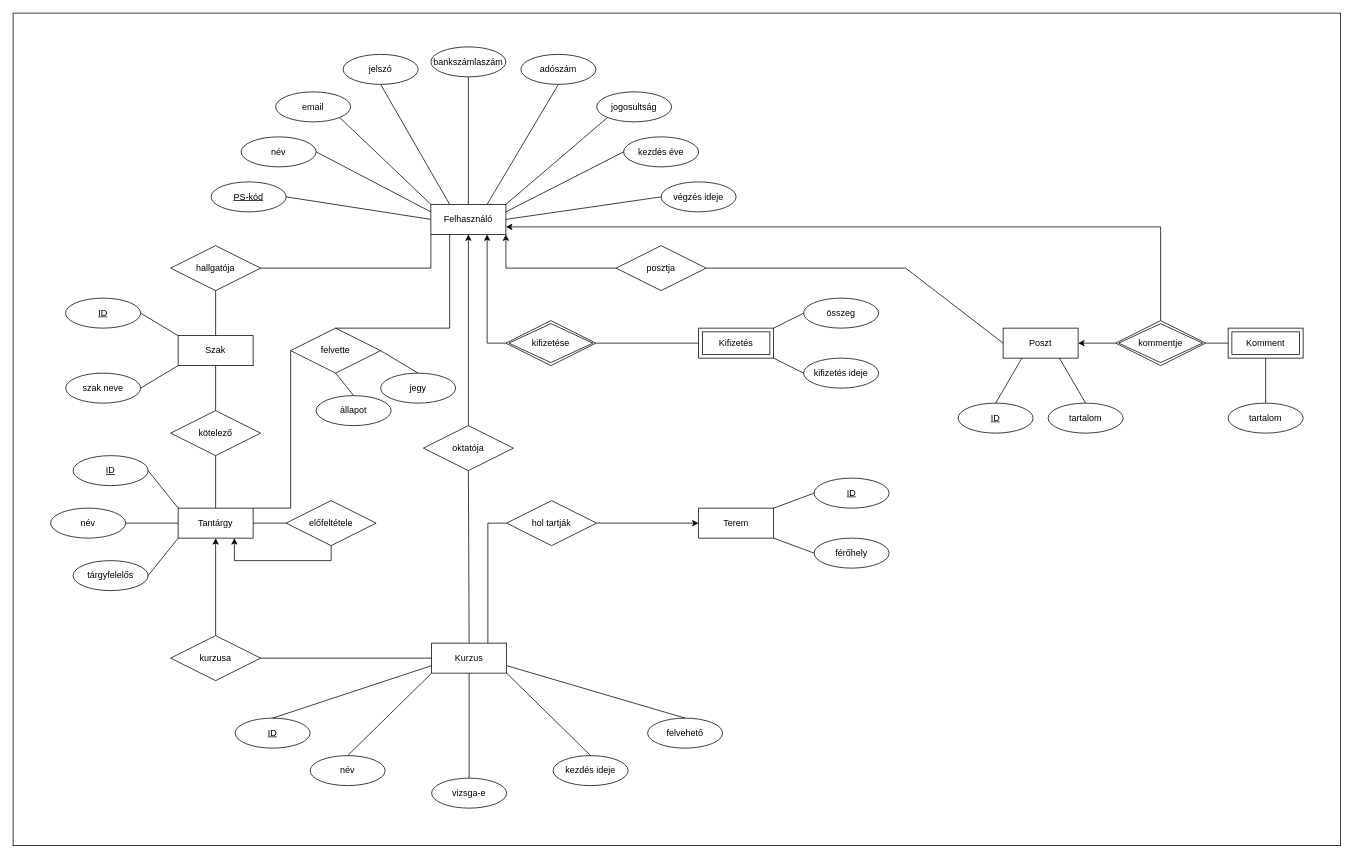
Before: docs/Poseidon_E-K.drawio in galj03/poseidon-etr, a draw.io diagram. Source tidied: cells renumbered, new cells numbered last; positions are measured from the earlier drawing's top-left corner, leaving out a move shared by most shapes. Both pictures are drawn from the tidied source at 75%, with x=0, y=0 at pixel (13, 13).
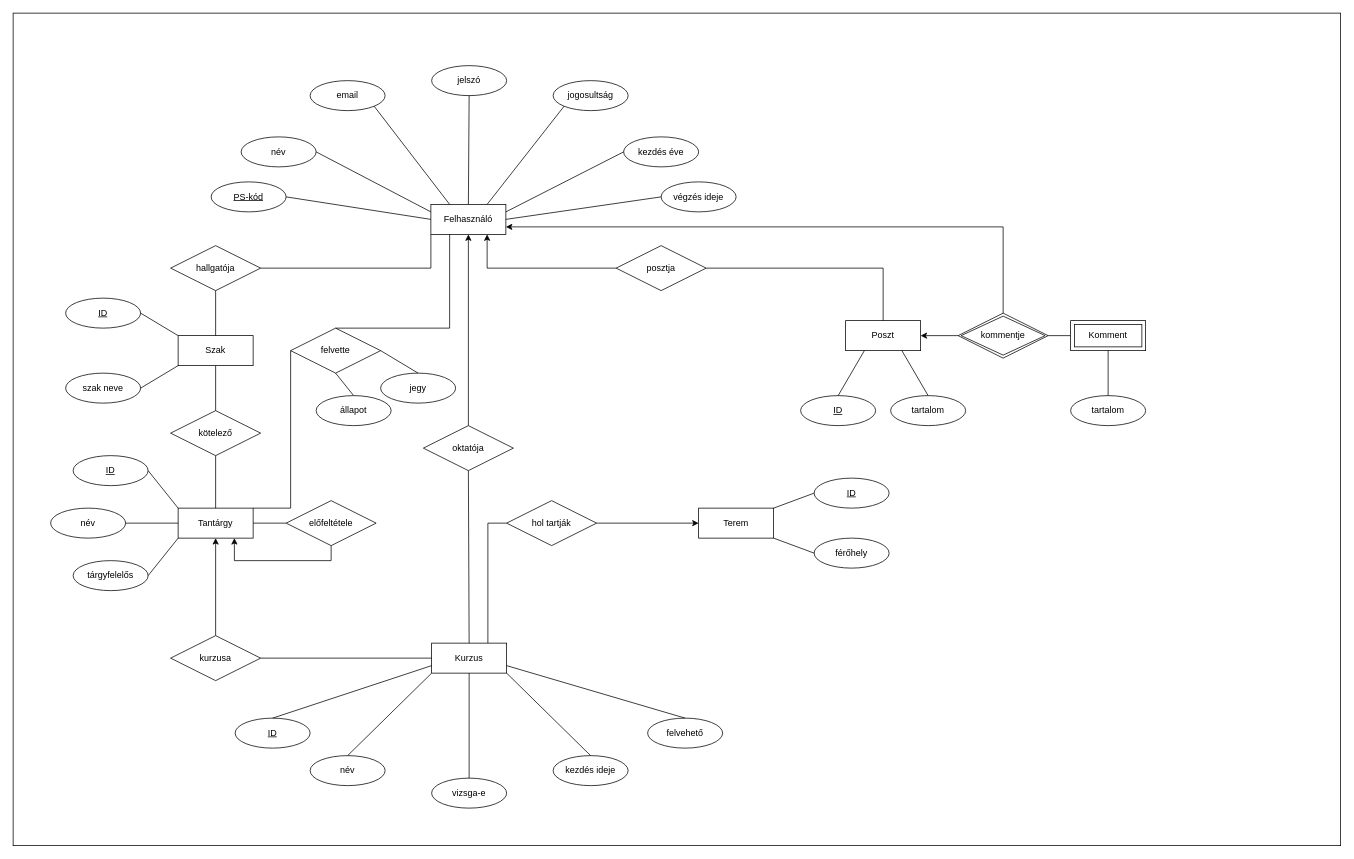
Above is the later version.

The change refers to these unchanged cells:
```xml
<mxCell id="3" value="Felhasználó" style="whiteSpace=wrap;html=1;align=center;" parent="1" vertex="1">
  <mxGeometry x="557" y="255" width="100" height="40" as="geometry" />
</mxCell>
<mxCell id="84" value="posztja" style="shape=rhombus;perimeter=rhombusPerimeter;whiteSpace=wrap;html=1;align=center;" parent="1" vertex="1">
  <mxGeometry x="804" y="310" width="120" height="60" as="geometry" />
</mxCell>
```

Change to the diagram source:
```diff
@@
     <mxCell id="9" value="jogosultság" style="ellipse;whiteSpace=wrap;html=1;align=center;" parent="1" vertex="1">
-      <mxGeometry x="778" y="105" width="100" height="40" as="geometry" />
+      <mxGeometry x="720" y="90" width="100" height="40" as="geometry" />
     </mxCell>
-    <mxCell id="10" value="bankszámlaszám" style="ellipse;whiteSpace=wrap;html=1;align=center;" parent="1" vertex="1">
-      <mxGeometry x="557" y="45" width="100" height="40" as="geometry" />
-    </mxCell>
     <mxCell id="11" value="email" style="ellipse;whiteSpace=wrap;html=1;align=center;" parent="1" vertex="1">
-      <mxGeometry x="350" y="105" width="100" height="40" as="geometry" />
+      <mxGeometry x="396" y="90" width="100" height="40" as="geometry" />
     </mxCell>
@@
-    <mxCell id="16" style="endArrow=none;html=1;rounded=0;exitX=1;exitY=1;exitDx=0;exitDy=0;entryX=0;entryY=0;entryDx=0;entryDy=0;" parent="1" edge="1" source="11" target="3">
+    <mxCell id="16" style="endArrow=none;html=1;rounded=0;exitX=1;exitY=1;exitDx=0;exitDy=0;entryX=0.25;entryY=0;entryDx=0;entryDy=0;" parent="1" edge="1" source="11" target="3">
       <mxGeometry relative="1" as="geometry" />
     </mxCell>
-    <mxCell id="17" style="endArrow=none;html=1;rounded=0;exitX=0.5;exitY=1;exitDx=0;exitDy=0;entryX=0.5;entryY=0;entryDx=0;entryDy=0;" parent="1" edge="1" source="10" target="3">
-      <mxGeometry relative="1" as="geometry" />
-    </mxCell>
-    <mxCell id="18" style="endArrow=none;html=1;rounded=0;exitX=0;exitY=1;exitDx=0;exitDy=0;entryX=1;entryY=0;entryDx=0;entryDy=0;" parent="1" edge="1" source="9" target="3">
+    <mxCell id="18" style="endArrow=none;html=1;rounded=0;exitX=0;exitY=1;exitDx=0;exitDy=0;entryX=0.75;entryY=0;entryDx=0;entryDy=0;" parent="1" edge="1" source="9" target="3">
       <mxGeometry relative="1" as="geometry" />
     </mxCell>
@@
-    <mxCell id="44" value="kifizetés ideje" style="ellipse;whiteSpace=wrap;html=1;align=center;" parent="1" vertex="1">
-      <mxGeometry x="1054" y="460" width="100" height="40" as="geometry" />
-    </mxCell>
-    <mxCell id="45" value="összeg" style="ellipse;whiteSpace=wrap;html=1;align=center;" parent="1" vertex="1">
-      <mxGeometry x="1054" y="380" width="100" height="40" as="geometry" />
-    </mxCell>
-    <mxCell id="46" style="endArrow=none;html=1;rounded=0;entryX=0;entryY=0.5;entryDx=0;entryDy=0;exitX=1;exitY=0;exitDx=0;exitDy=0;" parent="1" edge="1" source="48" target="45">
-      <mxGeometry relative="1" as="geometry" />
-    </mxCell>
-    <mxCell id="47" style="endArrow=none;html=1;rounded=0;entryX=0;entryY=0.5;entryDx=0;entryDy=0;exitX=1;exitY=1;exitDx=0;exitDy=0;" parent="1" edge="1" source="48" target="44">
-      <mxGeometry relative="1" as="geometry" />
-    </mxCell>
-    <mxCell id="48" value="Kifizetés" style="shape=ext;margin=3;double=1;whiteSpace=wrap;html=1;align=center;" parent="1" vertex="1">
-      <mxGeometry x="914" y="420" width="100" height="40" as="geometry" />
-    </mxCell>
@@
-    <mxCell id="55" style="edgeStyle=orthogonalEdgeStyle;rounded=0;jettySize=auto;html=1;exitX=0;exitY=0.5;exitDx=0;exitDy=0;entryX=0.75;entryY=1;entryDx=0;entryDy=0;" parent="1" edge="1" source="56" target="3">
-      <mxGeometry relative="1" as="geometry" />
-    </mxCell>
-    <mxCell id="56" value="kifizetése" style="shape=rhombus;double=1;perimeter=rhombusPerimeter;whiteSpace=wrap;html=1;align=center;" parent="1" vertex="1">
-      <mxGeometry x="657" y="410" width="120" height="60" as="geometry" />
-    </mxCell>
-    <mxCell id="57" style="endArrow=none;html=1;rounded=0;entryX=0;entryY=0.5;entryDx=0;entryDy=0;exitX=1;exitY=0.5;exitDx=0;exitDy=0;" parent="1" edge="1" source="56" target="48">
-      <mxGeometry relative="1" as="geometry" />
-    </mxCell>
@@
     <mxCell id="75" value="jelszó" style="ellipse;whiteSpace=wrap;html=1;align=center;" parent="1" vertex="1">
-      <mxGeometry x="440" y="55" width="100" height="40" as="geometry" />
+      <mxGeometry x="558" y="70" width="100" height="40" as="geometry" />
     </mxCell>
-    <mxCell id="76" value="adószám" style="ellipse;whiteSpace=wrap;html=1;align=center;" parent="1" vertex="1">
-      <mxGeometry x="677" y="55" width="100" height="40" as="geometry" />
-    </mxCell>
-    <mxCell id="77" style="endArrow=none;html=1;rounded=0;exitX=0.5;exitY=1;exitDx=0;exitDy=0;entryX=0.25;entryY=0;entryDx=0;entryDy=0;" parent="1" edge="1" source="75" target="3">
+    <mxCell id="77" style="endArrow=none;html=1;rounded=0;exitX=0.5;exitY=1;exitDx=0;exitDy=0;entryX=0.5;entryY=0;entryDx=0;entryDy=0;" parent="1" edge="1" source="75" target="3">
       <mxGeometry relative="1" as="geometry" />
     </mxCell>
-    <mxCell id="78" style="endArrow=none;html=1;rounded=0;exitX=0.5;exitY=1;exitDx=0;exitDy=0;entryX=0.75;entryY=0;entryDx=0;entryDy=0;" parent="1" edge="1" source="76" target="3">
-      <mxGeometry relative="1" as="geometry" />
-    </mxCell>
@@
     <mxCell id="82" value="Poszt" style="whiteSpace=wrap;html=1;align=center;" parent="1" vertex="1">
-      <mxGeometry x="1320" y="420" width="100" height="40" as="geometry" />
+      <mxGeometry x="1110" y="410" width="100" height="40" as="geometry" />
     </mxCell>
-    <mxCell id="83" style="edgeStyle=orthogonalEdgeStyle;rounded=0;jettySize=auto;html=1;entryX=1;entryY=1;entryDx=0;entryDy=0;" parent="1" edge="1" source="84" target="3">
+    <mxCell id="83" style="edgeStyle=orthogonalEdgeStyle;rounded=0;jettySize=auto;html=1;entryX=0.75;entryY=1;entryDx=0;entryDy=0;" parent="1" edge="1" source="84" target="3">
       <mxGeometry relative="1" as="geometry" />
     </mxCell>
@@
-    <mxCell id="85" style="endArrow=none;html=1;rounded=0;exitX=0;exitY=0.5;exitDx=0;exitDy=0;entryX=1;entryY=0.5;entryDx=0;entryDy=0;" parent="1" edge="1" source="82" target="84">
+    <mxCell id="85" style="endArrow=none;html=1;rounded=0;exitX=0.5;exitY=0;exitDx=0;exitDy=0;entryX=1;entryY=0.5;entryDx=0;entryDy=0;" parent="1" edge="1" source="82" target="84">
       <mxGeometry relative="1" as="geometry">
         <Array as="points">
-          <mxPoint x="1190" y="340" />
+          <mxPoint x="1160" y="340" />
         </Array>
       </mxGeometry>
     </mxCell>
     <mxCell id="86" value="tartalom" style="ellipse;whiteSpace=wrap;html=1;align=center;" parent="1" vertex="1">
-      <mxGeometry x="1380" y="520" width="100" height="40" as="geometry" />
+      <mxGeometry x="1170" y="510" width="100" height="40" as="geometry" />
     </mxCell>
     <mxCell id="87" value="ID" style="ellipse;whiteSpace=wrap;html=1;align=center;fontStyle=4;" parent="1" vertex="1">
-      <mxGeometry x="1260" y="520" width="100" height="40" as="geometry" />
+      <mxGeometry x="1050" y="510" width="100" height="40" as="geometry" />
     </mxCell>
@@
     <mxCell id="91" style="endArrow=none;html=1;rounded=0;exitX=1;exitY=0.5;exitDx=0;exitDy=0;entryX=0;entryY=0.5;entryDx=0;entryDy=0;" parent="1" edge="1" source="97" target="92">
       <mxGeometry relative="1" as="geometry">
         <Array as="points">
-          <mxPoint x="1590" y="440" />
+          <mxPoint x="1380" y="430" />
         </Array>
       </mxGeometry>
     </mxCell>
     <mxCell id="92" value="Komment" style="shape=ext;margin=3;double=1;whiteSpace=wrap;html=1;align=center;" parent="1" vertex="1">
-      <mxGeometry x="1620" y="420" width="100" height="40" as="geometry" />
+      <mxGeometry x="1410" y="410" width="100" height="40" as="geometry" />
     </mxCell>
@@
     <mxCell id="94" value="tartalom" style="ellipse;whiteSpace=wrap;html=1;align=center;" parent="1" vertex="1">
-      <mxGeometry x="1620" y="520" width="100" height="40" as="geometry" />
+      <mxGeometry x="1410" y="510" width="100" height="40" as="geometry" />
     </mxCell>
@@
     <mxCell id="97" value="kommentje" style="shape=rhombus;double=1;perimeter=rhombusPerimeter;whiteSpace=wrap;html=1;align=center;" parent="1" vertex="1">
-      <mxGeometry x="1470" y="410" width="120" height="60" as="geometry" />
+      <mxGeometry x="1260" y="400" width="120" height="60" as="geometry" />
     </mxCell>
```
